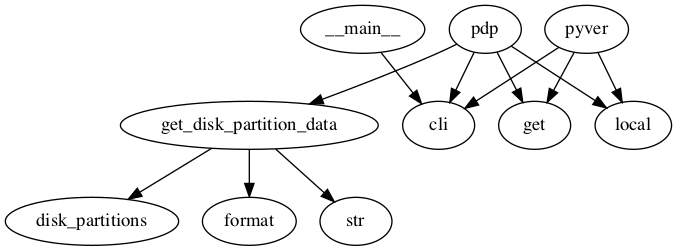
JordanCoyne97/Final_Year_Project keeps this Graphviz diagram as CallGraph_images/CommandLineInterface.png. Above is the earlier version. Its source is kept beside it as CallGraph_dots/CommandLineInterface.dot.
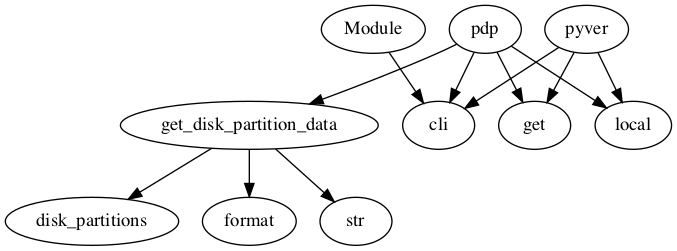
Above is the later version.

Change to the diagram source:
```diff
@@ -8,7 +8,7 @@
 get;
 local;
 pyver;
-__main__;
+Module;
 get_disk_partition_data -> disk_partitions;
 get_disk_partition_data -> format;
 get_disk_partition_data -> str;
@@ -19,5 +19,5 @@
 pyver -> cli;
 pyver -> get;
 pyver -> local;
-__main__ -> cli;
+Module -> cli;
 }
```
